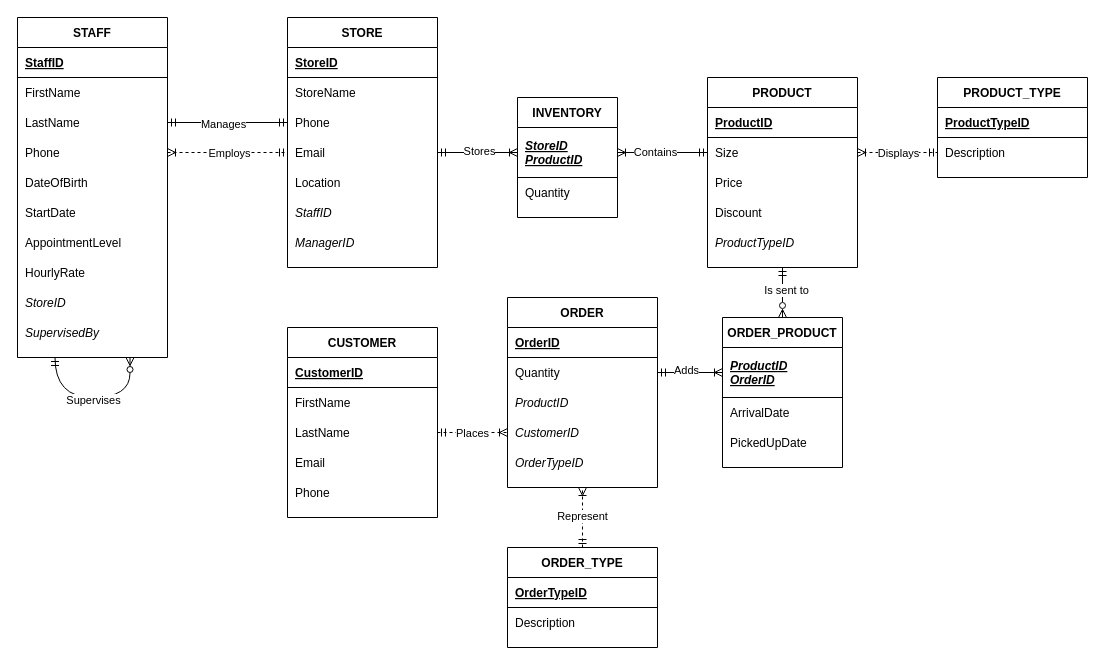
Earlier version of the draw.io diagram FashionERD.drawio (keibee-yod-bst/2814ICT). Source tidied: cells renumbered, new cells numbered last; positions are measured from the earlier drawing's top-left corner, leaving out a move shared by most shapes. Both pictures are drawn from the tidied source at 100%, with x=0, y=0 at pixel (17, 17).
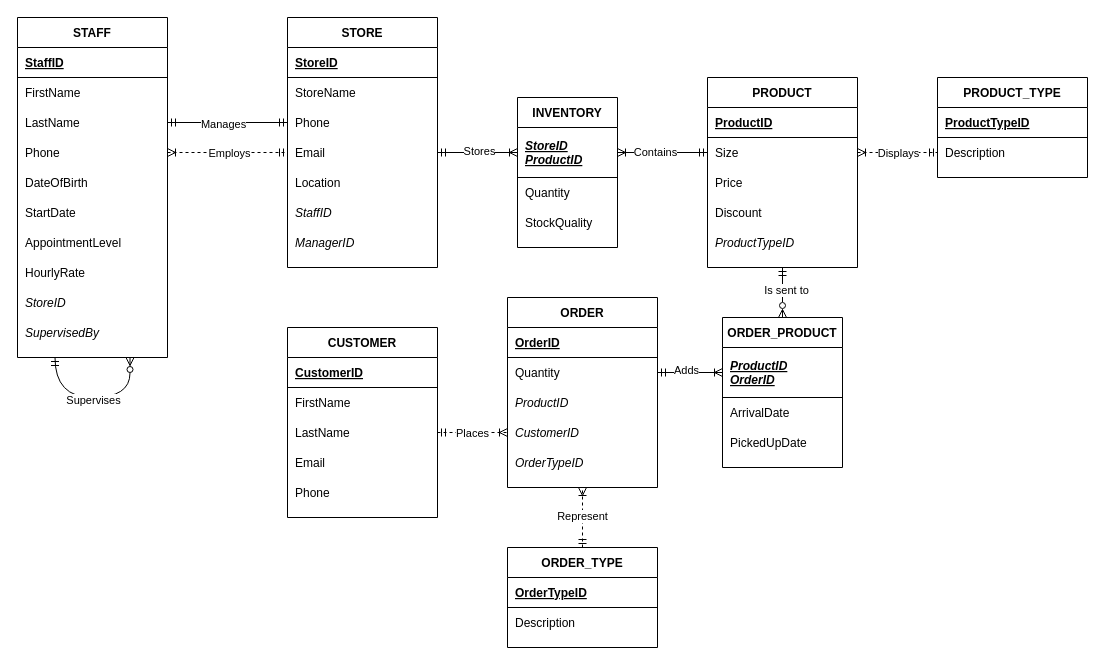
The same page after the edit.

The edit, as a diff of the source:
```diff
@@
     <mxCell id="83" value="INVENTORY" style="shape=table;startSize=30;childLayout=tableLayout;rowLines=0;fontStyle=1;align=center;strokeColor=default;" parent="1" vertex="1">
-      <mxGeometry x="500" y="80" width="100" height="120" as="geometry" />
+      <mxGeometry x="500" y="80" width="100" height="150" as="geometry" />
     </mxCell>
@@
+    <mxCell id="113" style="shape=partialRectangle;fillColor=none;top=0;left=0;right=0;bottom=0;" parent="83" vertex="1">
+      <mxGeometry y="110" width="100" height="30" as="geometry" />
+    </mxCell>
+    <mxCell id="114" value="StockQuality" style="shape=partialRectangle;overflow=hidden;fillColor=none;top=0;left=0;bottom=0;right=0;align=left;spacingLeft=6;" parent="113" vertex="1">
+      <mxGeometry width="100" height="30" as="geometry" />
+    </mxCell>
```
